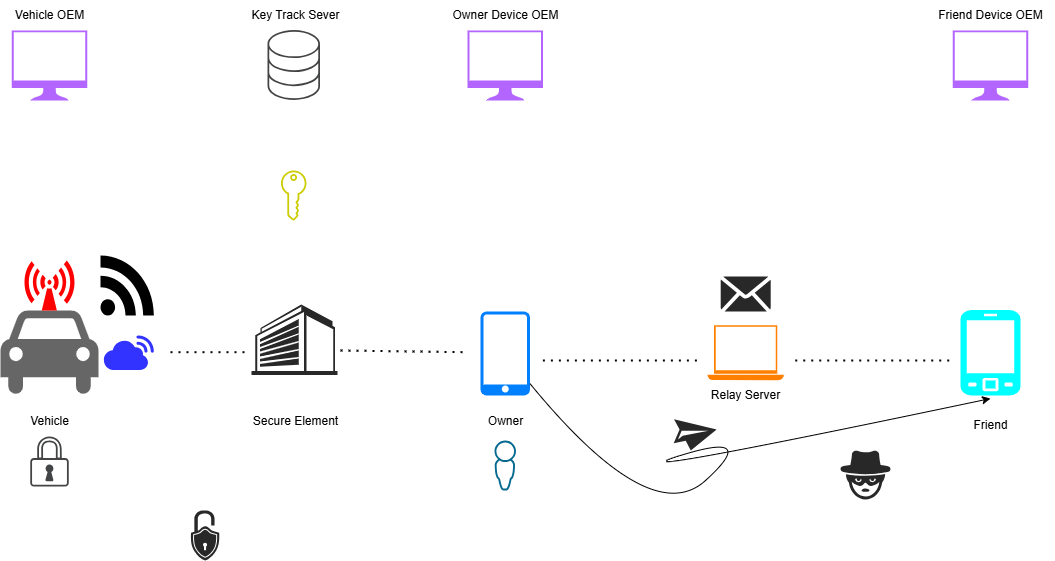
This is SystemFramework.drawio.png from LaurenHsu31/DKC, a draw.io export, as it was before one commit. Source tidied: cells renumbered, new cells last; positions are measured from the earlier drawing's top-left corner, leaving out a move shared by most shapes.
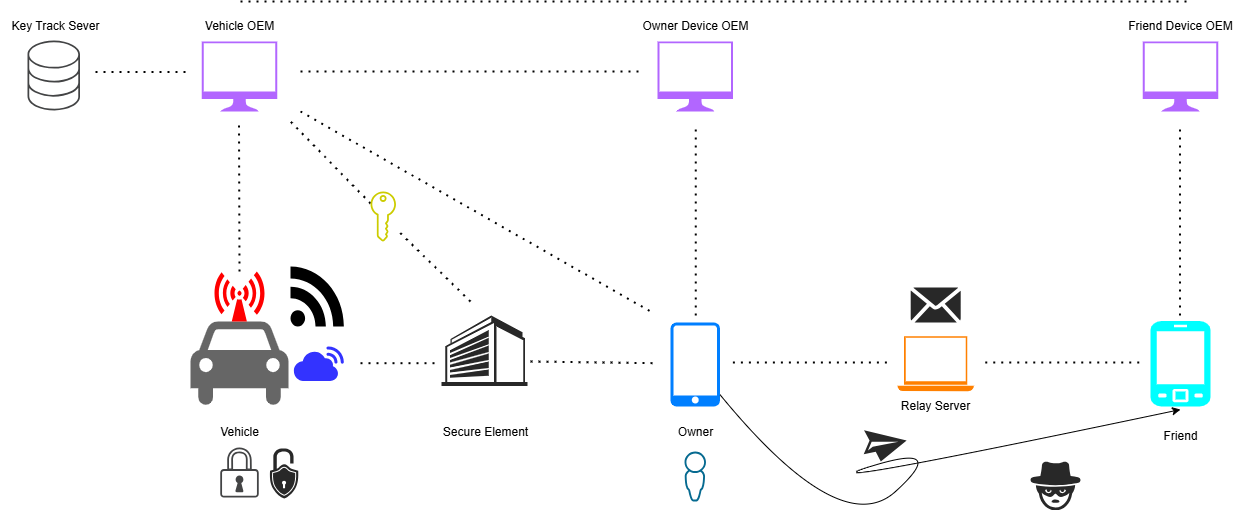
After the change.

The edit, as a diff of the source:
```diff
@@ -1,4 +1,4 @@
-<mxGraphModel>
+<mxGraphModel background="#ffffff">
   <root>
     <mxCell id="0" />
     <mxCell id="1" parent="0" />
@@ -11,9 +11,6 @@
     <mxCell id="4" style="shape=mxgraph.signs.safety.non-ionizing_radiation;html=1;fillColor=#FF0000;strokeColor=none;verticalLabelPosition=bottom;verticalAlign=top;align=center;sketch=0;" parent="1" vertex="1">
       <mxGeometry x="24" y="260" width="50" height="50" as="geometry" />
     </mxCell>
-    <mxCell id="5" style="sketch=0;shadow=0;dashed=0;html=1;strokeColor=none;fillColor=#CCCC00;labelPosition=center;verticalLabelPosition=bottom;verticalAlign=top;align=center;shape=mxgraph.vvd.tenant_key;" parent="1" vertex="1">
-      <mxGeometry x="280.5" y="170" width="25.5" height="50" as="geometry" />
-    </mxCell>
     <mxCell id="6" style="sketch=0;shadow=0;dashed=0;html=1;strokeColor=none;fillColor=#B266FF;labelPosition=center;verticalLabelPosition=bottom;verticalAlign=top;align=center;shape=mxgraph.vvd.monitor;" parent="1" vertex="1">
       <mxGeometry x="467.1" y="30" width="75.3" height="70" as="geometry" />
     </mxCell>
@@ -23,9 +20,6 @@
     <mxCell id="8" style="sketch=0;shadow=0;dashed=0;html=1;strokeColor=none;fillColor=#434445;labelPosition=center;verticalLabelPosition=bottom;verticalAlign=top;align=center;shape=mxgraph.vvd.security;" parent="1" vertex="1">
       <mxGeometry x="29.8" y="436" width="38.5" height="50" as="geometry" />
     </mxCell>
-    <mxCell id="9" style="sketch=0;shadow=0;dashed=0;html=1;strokeColor=none;fillColor=#434445;labelPosition=center;verticalLabelPosition=bottom;verticalAlign=top;align=center;shape=mxgraph.vvd.storage;" parent="1" vertex="1">
-      <mxGeometry x="267" y="29.5" width="52.5" height="70" as="geometry" />
-    </mxCell>
     <mxCell id="10" style="sketch=0;shadow=0;dashed=0;html=1;strokeColor=none;labelPosition=center;verticalLabelPosition=bottom;verticalAlign=top;align=center;shape=mxgraph.vvd.administrator;fillColor=#066A90;" parent="1" vertex="1">
       <mxGeometry x="494" y="440" width="21.5" height="50" as="geometry" />
     </mxCell>
@@ -39,7 +33,7 @@
       <mxGeometry x="720.2" y="276.1" width="50" height="35" as="geometry" />
     </mxCell>
     <mxCell id="14" style="verticalLabelPosition=bottom;sketch=0;html=1;fillColor=#282828;strokeColor=none;verticalAlign=top;align=center;shape=mxgraph.cisco_safe.iot_things_icons.icon41;" parent="1" vertex="1">
-      <mxGeometry x="190" y="510" width="29" height="50" as="geometry" />
+      <mxGeometry x="79" y="437" width="29" height="50" as="geometry" />
     </mxCell>
     <mxCell id="15" style="verticalLabelPosition=bottom;sketch=0;html=1;fillColor=#282828;strokeColor=none;verticalAlign=top;align=center;shape=mxgraph.cisco_safe.people_places_things_icons.icon11;rotation=45;" parent="1" vertex="1">
       <mxGeometry x="670" y="410" width="37.5" height="40" as="geometry" />
@@ -55,8 +49,8 @@
     </mxCell>
     <mxCell id="19" style="endArrow=none;dashed=1;html=1;dashPattern=1 3;strokeWidth=2;rounded=0;" parent="1" edge="1">
       <mxGeometry relative="1" as="geometry">
-        <mxPoint x="542.4" y="360" as="sourcePoint" />
-        <mxPoint x="700" y="360" as="targetPoint" />
+        <mxPoint x="542.4" y="351" as="sourcePoint" />
+        <mxPoint x="700" y="351" as="targetPoint" />
       </mxGeometry>
     </mxCell>
     <mxCell id="20" style="sketch=0;shadow=0;dashed=0;html=1;strokeColor=none;fillColor=#B266FF;labelPosition=center;verticalLabelPosition=bottom;verticalAlign=top;align=center;shape=mxgraph.vvd.monitor;" parent="1" vertex="1">
@@ -64,8 +58,8 @@
     </mxCell>
     <mxCell id="21" style="endArrow=none;dashed=1;html=1;dashPattern=1 3;strokeWidth=2;rounded=0;" parent="1" edge="1">
       <mxGeometry relative="1" as="geometry">
-        <mxPoint x="794.8" y="360" as="sourcePoint" />
-        <mxPoint x="952.4" y="360" as="targetPoint" />
+        <mxPoint x="794.8" y="351" as="sourcePoint" />
+        <mxPoint x="952.4" y="351" as="targetPoint" />
       </mxGeometry>
     </mxCell>
     <mxCell id="22" style="curved=1;endArrow=classic;html=1;rounded=0;entryX=0.5;entryY=1.036;entryDx=0;entryDy=0;entryPerimeter=0;" parent="1" edge="1" source="7" target="18">
@@ -101,9 +95,6 @@
     <mxCell id="30" value="Friend Device OEM" style="text;html=1;align=center;verticalAlign=middle;strokeColor=none;fillColor=none;" parent="1" vertex="1">
       <mxGeometry x="925" y="-0.5" width="130" height="30" as="geometry" />
     </mxCell>
-    <mxCell id="31" value="Key Track Sever" style="text;html=1;align=center;verticalAlign=middle;strokeColor=none;fillColor=none;" parent="1" vertex="1">
-      <mxGeometry x="240" width="110" height="30" as="geometry" />
-    </mxCell>
     <mxCell id="32" value="Relay Server" style="text;html=1;align=center;verticalAlign=middle;strokeColor=none;fillColor=none;" parent="1" vertex="1">
       <mxGeometry x="700.2" y="380" width="90" height="30" as="geometry" />
     </mxCell>
@@ -119,5 +110,69 @@
         <mxPoint x="250" y="351.7" as="targetPoint" />
       </mxGeometry>
     </mxCell>
+    <mxCell id="35" style="endArrow=none;dashed=1;html=1;dashPattern=1 3;strokeWidth=2;rounded=0;" parent="1" edge="1">
+      <mxGeometry relative="1" as="geometry">
+        <mxPoint x="505.3" y="304" as="sourcePoint" />
+        <mxPoint x="505.3" y="114" as="targetPoint" />
+      </mxGeometry>
+    </mxCell>
+    <mxCell id="36" style="endArrow=none;dashed=1;html=1;dashPattern=1 3;strokeWidth=2;rounded=0;" parent="1" edge="1">
+      <mxGeometry relative="1" as="geometry">
+        <mxPoint x="989.5" y="304" as="sourcePoint" />
+        <mxPoint x="989.5" y="114" as="targetPoint" />
+      </mxGeometry>
+    </mxCell>
+    <mxCell id="37" style="endArrow=none;dashed=1;html=1;dashPattern=1 3;strokeWidth=2;rounded=0;" parent="1" edge="1">
+      <mxGeometry relative="1" as="geometry">
+        <mxPoint x="49" y="260" as="sourcePoint" />
+        <mxPoint x="48.5" y="114" as="targetPoint" />
+      </mxGeometry>
+    </mxCell>
+    <mxCell id="38" style="sketch=0;shadow=0;dashed=0;html=1;strokeColor=none;fillColor=#434445;labelPosition=center;verticalLabelPosition=bottom;verticalAlign=top;align=center;shape=mxgraph.vvd.storage;" parent="1" vertex="1">
+      <mxGeometry x="-163" y="29" width="52.5" height="70" as="geometry" />
+    </mxCell>
+    <mxCell id="31" value="Key Track Sever" style="text;html=1;align=center;verticalAlign=middle;strokeColor=none;fillColor=none;" parent="1" vertex="1">
+      <mxGeometry x="-190" y="-0.5" width="110" height="30" as="geometry" />
+    </mxCell>
+    <mxCell id="39" style="endArrow=none;dashed=1;html=1;dashPattern=1 3;strokeWidth=2;rounded=0;" parent="1" edge="1">
+      <mxGeometry relative="1" as="geometry">
+        <mxPoint x="110" y="60" as="sourcePoint" />
+        <mxPoint x="450" y="60" as="targetPoint" />
+      </mxGeometry>
+    </mxCell>
+    <mxCell id="40" style="endArrow=none;dashed=1;html=1;dashPattern=1 3;strokeWidth=2;rounded=0;" parent="1" edge="1">
+      <mxGeometry relative="1" as="geometry">
+        <mxPoint x="50" y="-10" as="sourcePoint" />
+        <mxPoint x="1000" y="-10" as="targetPoint" />
+        <Array as="points">
+          <mxPoint x="900" y="-10" />
+        </Array>
+      </mxGeometry>
+    </mxCell>
+    <mxCell id="41" style="endArrow=none;dashed=1;html=1;dashPattern=1 3;strokeWidth=2;rounded=0;" parent="1" edge="1" source="45">
+      <mxGeometry relative="1" as="geometry">
+        <mxPoint x="100" y="110" as="targetPoint" />
+      </mxGeometry>
+    </mxCell>
+    <mxCell id="42" style="endArrow=none;dashed=1;html=1;dashPattern=1 3;strokeWidth=2;rounded=0;" parent="1" edge="1">
+      <mxGeometry relative="1" as="geometry">
+        <mxPoint x="110" y="100" as="sourcePoint" />
+        <mxPoint x="460" y="300" as="targetPoint" />
+      </mxGeometry>
+    </mxCell>
+    <mxCell id="43" style="endArrow=none;dashed=1;html=1;dashPattern=1 3;strokeWidth=2;rounded=0;" parent="1" edge="1">
+      <mxGeometry relative="1" as="geometry">
+        <mxPoint x="-95" y="60.5" as="sourcePoint" />
+        <mxPoint x="-5" y="60.5" as="targetPoint" />
+      </mxGeometry>
+    </mxCell>
+    <mxCell id="44" style="endArrow=none;dashed=1;html=1;dashPattern=1 3;strokeWidth=2;rounded=0;" parent="1" edge="1" target="45">
+      <mxGeometry relative="1" as="geometry">
+        <mxPoint x="280" y="290" as="sourcePoint" />
+      </mxGeometry>
+    </mxCell>
+    <mxCell id="45" style="sketch=0;shadow=0;dashed=0;html=1;strokeColor=none;fillColor=#CCCC00;labelPosition=center;verticalLabelPosition=bottom;verticalAlign=top;align=center;outlineConnect=0;shape=mxgraph.vvd.tenant_key;" parent="1" vertex="1">
+      <mxGeometry x="180" y="180" width="25.5" height="50" as="geometry" />
+    </mxCell>
   </root>
 </mxGraphModel>
```
